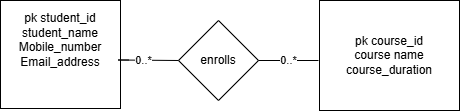
Earlier version of the draw.io export ERD-Logical.png (Codegnan-HYD/sql-app-06). Source tidied: cells renumbered, new cells last; positions are measured from the earlier drawing's top-left corner, leaving out a move shared by most shapes. Source of this version:
```xml
<mxGraphModel>
  <root>
    <mxCell id="0" />
    <mxCell id="1" parent="0" />
    <mxCell id="2" value="pk student_id&lt;div&gt;student_name&lt;/div&gt;&lt;div&gt;Mobile_number&lt;/div&gt;&lt;div&gt;Email_address&lt;br&gt;&lt;div&gt;&lt;br&gt;&lt;/div&gt;&lt;div&gt;&lt;br&gt;&lt;/div&gt;&lt;/div&gt;" style="rounded=0;whiteSpace=wrap;html=1;" parent="1" vertex="1">
      <mxGeometry width="120" height="108" as="geometry" />
    </mxCell>
    <mxCell id="3" value="&lt;br&gt;&lt;div&gt;&lt;span style=&quot;background-color: transparent; color: light-dark(rgb(0, 0, 0), rgb(255, 255, 255));&quot;&gt;pk course_id&lt;/span&gt;&lt;/div&gt;&lt;div&gt;&lt;span style=&quot;background-color: transparent; color: light-dark(rgb(0, 0, 0), rgb(255, 255, 255));&quot;&gt;course name&lt;/span&gt;&lt;/div&gt;&lt;div&gt;&lt;span style=&quot;background-color: transparent; color: light-dark(rgb(0, 0, 0), rgb(255, 255, 255));&quot;&gt;course_duration&lt;/span&gt;&lt;/div&gt;&lt;div&gt;&lt;br&gt;&lt;/div&gt;" style="rounded=0;whiteSpace=wrap;html=1;" parent="1" vertex="1">
      <mxGeometry x="319" width="140" height="110" as="geometry" />
    </mxCell>
    <mxCell id="4" value="enrolls" style="rhombus;whiteSpace=wrap;html=1;" parent="1" vertex="1">
      <mxGeometry x="178" y="20" width="80" height="80" as="geometry" />
    </mxCell>
    <mxCell id="5" value="0..*" style="endArrow=none;html=1;rounded=0;" parent="1" edge="1">
      <mxGeometry relative="1" as="geometry">
        <mxPoint x="128" y="59.5" as="sourcePoint" />
        <mxPoint x="178" y="60" as="targetPoint" />
        <Array as="points">
          <mxPoint x="118" y="59.5" />
        </Array>
      </mxGeometry>
    </mxCell>
    <mxCell id="6" value="0..*" style="endArrow=none;html=1;rounded=0;" parent="1" edge="1">
      <mxGeometry relative="1" as="geometry">
        <mxPoint x="258" y="60" as="sourcePoint" />
        <mxPoint x="318" y="60" as="targetPoint" />
      </mxGeometry>
    </mxCell>
  </root>
</mxGraphModel>
```
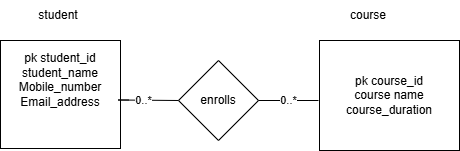
After the change.

Change to the diagram source:
```diff
@@ -26,5 +26,11 @@
         <mxPoint x="318" y="60" as="targetPoint" />
       </mxGeometry>
     </mxCell>
+    <mxCell id="7" value="student" style="text;html=1;whiteSpace=wrap;strokeColor=none;fillColor=none;align=center;verticalAlign=middle;rounded=0;" parent="1" vertex="1">
+      <mxGeometry x="28" y="-40" width="60" height="30" as="geometry" />
+    </mxCell>
+    <mxCell id="8" value="course" style="text;html=1;whiteSpace=wrap;strokeColor=none;fillColor=none;align=center;verticalAlign=middle;rounded=0;" parent="1" vertex="1">
+      <mxGeometry x="338" y="-40" width="60" height="30" as="geometry" />
+    </mxCell>
   </root>
 </mxGraphModel>
```
